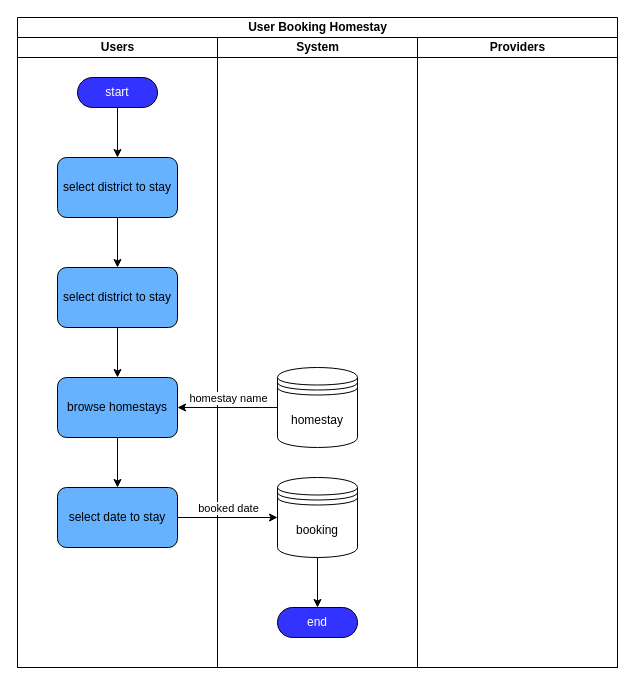
Above: page "user booking homestay" (5 of 9) of banpin_app_data_flow.drawio in thunwara/BanPinExploreDocument (draw.io), before the change. Source tidied: cells renumbered, new cells numbered last; positions are measured from the earlier drawing's top-left corner, leaving out a move shared by most shapes. Both pictures are drawn from the tidied source at 100%, with x=0, y=0 at pixel (17, 17).
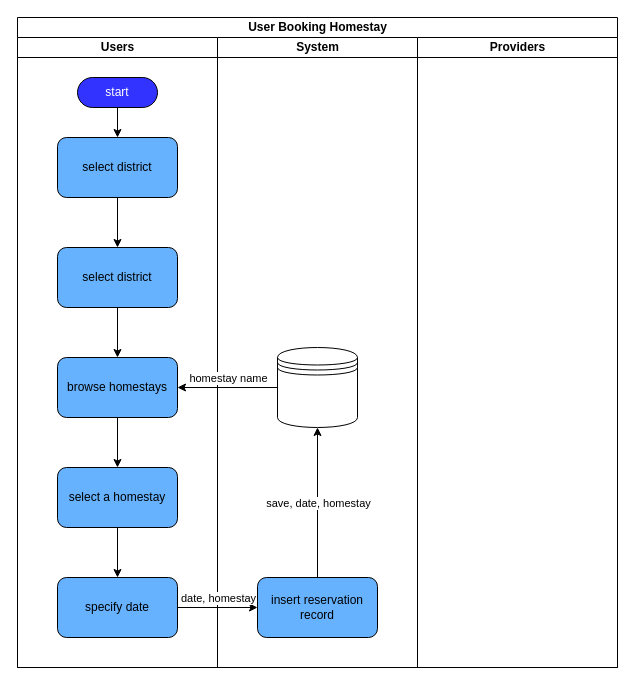
The same page after the edit.

The change refers to these unchanged cells:
```xml
<mxCell id="2" value="User Booking Homestay" style="swimlane;startSize=20;html=1;" parent="1" vertex="1">
  <mxGeometry width="600" height="650" as="geometry" />
</mxCell>
<mxCell id="3" value="Users" style="swimlane;startSize=20;html=1;" parent="2" vertex="1">
  <mxGeometry y="20" width="200" height="630" as="geometry" />
</mxCell>
```

Change to the diagram source:
```diff
@@
-    <mxCell id="4" value="System" style="swimlane;startSize=20;html=1;" parent="2" vertex="1">
-      <mxGeometry x="200" y="20" width="200" height="630" as="geometry" />
-    </mxCell>
-    <mxCell id="5" style="edgeStyle=orthogonalEdgeStyle;rounded=0;jettySize=auto;html=1;entryX=0.5;entryY=0;entryDx=0;entryDy=0;" parent="4" edge="1" source="6" target="8">
-      <mxGeometry relative="1" as="geometry" />
-    </mxCell>
-    <mxCell id="6" value="&lt;font color=&quot;#ffffff&quot;&gt;start&lt;/font&gt;" style="html=1;dashed=0;whiteSpace=wrap;shape=mxgraph.dfd.start;fillColor=#3333FF;" parent="4" vertex="1">
-      <mxGeometry x="-140" y="40" width="80" height="30" as="geometry" />
-    </mxCell>
+    <mxCell id="23" value="specify date" style="whiteSpace=wrap;html=1;fillColor=#66B2FF;rounded=1;" parent="3" vertex="1">
+      <mxGeometry x="40" y="540" width="120" height="60" as="geometry" />
+    </mxCell>
-    <mxCell id="7" style="edgeStyle=orthogonalEdgeStyle;rounded=0;jettySize=auto;html=1;entryX=0.5;entryY=0;entryDx=0;entryDy=0;" parent="4" edge="1" source="8" target="9">
+    <mxCell id="7" style="edgeStyle=orthogonalEdgeStyle;rounded=0;jettySize=auto;html=1;entryX=0.5;entryY=0;entryDx=0;entryDy=0;" parent="3" edge="1" source="8" target="9">
       <mxGeometry relative="1" as="geometry" />
     </mxCell>
-    <mxCell id="8" value="select district to stay" style="rounded=1;whiteSpace=wrap;html=1;fillColor=#66B2FF;" parent="4" vertex="1">
-      <mxGeometry x="-160" y="120" width="120" height="60" as="geometry" />
+    <mxCell id="8" value="select district" style="rounded=1;whiteSpace=wrap;html=1;fillColor=#66B2FF;" parent="3" vertex="1">
+      <mxGeometry x="40" y="100" width="120" height="60" as="geometry" />
     </mxCell>
-    <mxCell id="9" value="select district to stay" style="rounded=1;whiteSpace=wrap;html=1;fillColor=#66B2FF;" parent="4" vertex="1">
-      <mxGeometry x="-160" y="230" width="120" height="60" as="geometry" />
+    <mxCell id="9" value="select district" style="rounded=1;whiteSpace=wrap;html=1;fillColor=#66B2FF;" parent="3" vertex="1">
+      <mxGeometry x="40" y="210" width="120" height="60" as="geometry" />
     </mxCell>
-    <mxCell id="10" value="browse homestays" style="whiteSpace=wrap;html=1;fillColor=#66B2FF;rounded=1;" parent="4" vertex="1">
-      <mxGeometry x="-160" y="340" width="120" height="60" as="geometry" />
+    <mxCell id="10" value="browse homestays" style="whiteSpace=wrap;html=1;fillColor=#66B2FF;rounded=1;" parent="3" vertex="1">
+      <mxGeometry x="40" y="320" width="120" height="60" as="geometry" />
     </mxCell>
-    <mxCell id="11" style="edgeStyle=orthogonalEdgeStyle;rounded=0;jettySize=auto;html=1;entryX=0.5;entryY=0;entryDx=0;entryDy=0;" parent="4" edge="1" source="9" target="10">
+    <mxCell id="11" style="edgeStyle=orthogonalEdgeStyle;rounded=0;jettySize=auto;html=1;entryX=0.5;entryY=0;entryDx=0;entryDy=0;" parent="3" edge="1" source="9" target="10">
       <mxGeometry relative="1" as="geometry" />
     </mxCell>
-    <mxCell id="12" value="select date to stay" style="whiteSpace=wrap;html=1;fillColor=#66B2FF;rounded=1;" parent="4" vertex="1">
-      <mxGeometry x="-160" y="450" width="120" height="60" as="geometry" />
+    <mxCell id="12" value="select a homestay" style="whiteSpace=wrap;html=1;fillColor=#66B2FF;rounded=1;" parent="3" vertex="1">
+      <mxGeometry x="40" y="430" width="120" height="60" as="geometry" />
     </mxCell>
-    <mxCell id="13" style="edgeStyle=orthogonalEdgeStyle;rounded=0;jettySize=auto;html=1;entryX=0.5;entryY=0;entryDx=0;entryDy=0;" parent="4" edge="1" source="10" target="12">
+    <mxCell id="13" style="edgeStyle=orthogonalEdgeStyle;rounded=0;jettySize=auto;html=1;entryX=0.5;entryY=0;entryDx=0;entryDy=0;" parent="3" edge="1" source="10" target="12">
       <mxGeometry relative="1" as="geometry" />
     </mxCell>
-    <mxCell id="14" value="booking" style="shape=datastore;whiteSpace=wrap;html=1;" parent="4" vertex="1">
-      <mxGeometry x="60" y="440" width="80" height="80" as="geometry" />
-    </mxCell>
-    <mxCell id="15" value="&lt;font color=&quot;#ffffff&quot;&gt;end&lt;/font&gt;" style="html=1;dashed=0;whiteSpace=wrap;shape=mxgraph.dfd.start;fillColor=#3333FF;" parent="4" vertex="1">
-      <mxGeometry x="60" y="570" width="80" height="30" as="geometry" />
-    </mxCell>
-    <mxCell id="16" style="edgeStyle=orthogonalEdgeStyle;rounded=0;jettySize=auto;html=1;entryX=0.5;entryY=0.5;entryDx=0;entryDy=-15;entryPerimeter=0;" parent="4" edge="1" source="14" target="15">
-      <mxGeometry relative="1" as="geometry" />
-    </mxCell>
+    <mxCell id="24" style="edgeStyle=orthogonalEdgeStyle;rounded=0;jettySize=auto;html=1;entryX=0.5;entryY=0;entryDx=0;entryDy=0;" parent="3" edge="1" source="12" target="23">
+      <mxGeometry relative="1" as="geometry" />
+    </mxCell>
+    <mxCell id="4" value="System" style="swimlane;startSize=20;html=1;" parent="2" vertex="1">
+      <mxGeometry x="200" y="20" width="200" height="630" as="geometry" />
+    </mxCell>
+    <mxCell id="6" value="&lt;font color=&quot;#ffffff&quot;&gt;start&lt;/font&gt;" style="html=1;dashed=0;whiteSpace=wrap;shape=mxgraph.dfd.start;fillColor=#3333FF;" parent="4" vertex="1">
+      <mxGeometry x="-140" y="40" width="80" height="30" as="geometry" />
+    </mxCell>
-    <mxCell id="17" value="homestay" style="shape=datastore;whiteSpace=wrap;html=1;" parent="4" vertex="1">
-      <mxGeometry x="60" y="330" width="80" height="80" as="geometry" />
+    <mxCell id="17" style="shape=datastore;whiteSpace=wrap;html=1;" parent="4" vertex="1">
+      <mxGeometry x="60" y="310" width="80" height="80" as="geometry" />
     </mxCell>
+    <mxCell id="25" style="edgeStyle=orthogonalEdgeStyle;rounded=0;jettySize=auto;html=1;entryX=0.5;entryY=1;entryDx=0;entryDy=0;" parent="4" edge="1" source="27" target="17">
+      <mxGeometry relative="1" as="geometry" />
+    </mxCell>
+    <mxCell id="26" value="save, date, homestay" style="edgeLabel;html=1;align=center;verticalAlign=middle;" parent="25" vertex="1">
+      <mxGeometry relative="1" as="geometry" />
+    </mxCell>
+    <mxCell id="27" value="insert reservation&lt;div&gt;record&lt;/div&gt;" style="whiteSpace=wrap;html=1;fillColor=#66B2FF;rounded=1;" parent="4" vertex="1">
+      <mxGeometry x="40" y="540" width="120" height="60" as="geometry" />
+    </mxCell>
+    <mxCell id="22" value="Providers" style="swimlane;startSize=20;html=1;" parent="2" vertex="1">
+      <mxGeometry x="400" y="20" width="200" height="630" as="geometry" />
+    </mxCell>
+    <mxCell id="28" style="edgeStyle=orthogonalEdgeStyle;rounded=0;jettySize=auto;html=1;" parent="2" edge="1" source="23" target="27">
+      <mxGeometry relative="1" as="geometry" />
+    </mxCell>
+    <mxCell id="29" value="date, homestay" style="edgeLabel;html=1;align=center;verticalAlign=middle;" parent="28" vertex="1">
+      <mxGeometry relative="1" as="geometry">
+        <mxPoint y="-10" as="offset" />
+      </mxGeometry>
+    </mxCell>
+    <mxCell id="5" style="edgeStyle=orthogonalEdgeStyle;rounded=0;jettySize=auto;html=1;entryX=0.5;entryY=0;entryDx=0;entryDy=0;" parent="2" edge="1" source="6" target="8">
+      <mxGeometry relative="1" as="geometry" />
+    </mxCell>
-    <mxCell id="18" style="edgeStyle=orthogonalEdgeStyle;rounded=0;jettySize=auto;html=1;entryX=1;entryY=0.5;entryDx=0;entryDy=0;" parent="4" edge="1" source="17" target="10">
+    <mxCell id="18" style="edgeStyle=orthogonalEdgeStyle;rounded=0;jettySize=auto;html=1;entryX=1;entryY=0.5;entryDx=0;entryDy=0;" parent="2" edge="1" source="17" target="10">
       <mxGeometry relative="1" as="geometry" />
     </mxCell>
@@
-    <mxCell id="20" style="edgeStyle=orthogonalEdgeStyle;rounded=0;jettySize=auto;html=1;entryX=0;entryY=0.5;entryDx=0;entryDy=0;" parent="4" edge="1" source="12" target="14">
-      <mxGeometry relative="1" as="geometry" />
-    </mxCell>
-    <mxCell id="21" value="booked date" style="edgeLabel;html=1;align=center;verticalAlign=middle;" parent="20" vertex="1">
-      <mxGeometry relative="1" as="geometry">
-        <mxPoint y="-10" as="offset" />
-      </mxGeometry>
-    </mxCell>
-    <mxCell id="22" value="Providers" style="swimlane;startSize=20;html=1;" parent="2" vertex="1">
-      <mxGeometry x="400" y="20" width="200" height="630" as="geometry" />
-    </mxCell>
```
